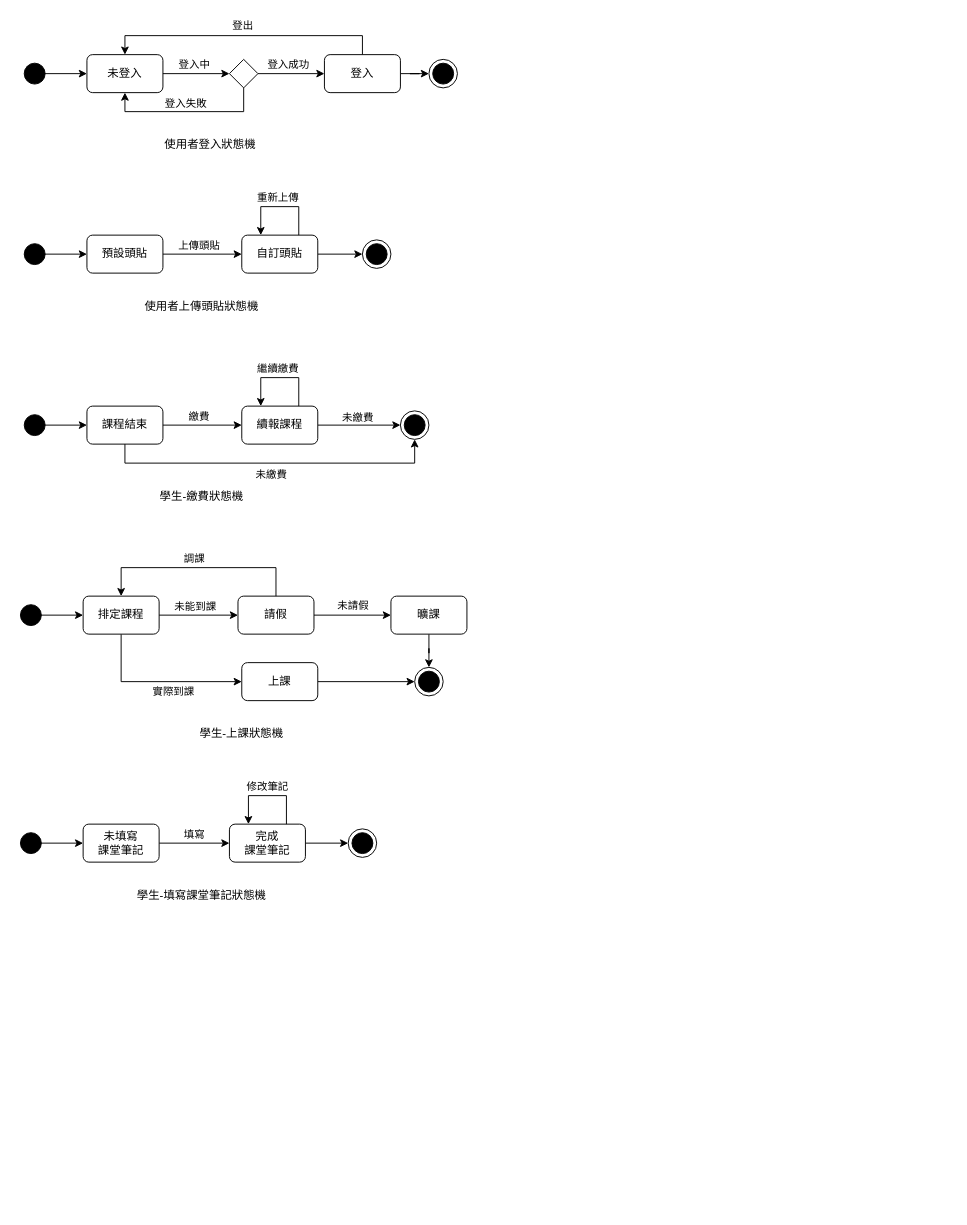
Earlier version of the draw.io diagram page "狀態機" (9 of 9) of 各種圖/圖2.drawio (LinYiChen01/NNCS_Dashboard). Source tidied: cells renumbered, new cells numbered last; positions are measured from the earlier drawing's top-left corner, leaving out a move shared by most shapes. Both pictures are drawn from the tidied source at 95%, with x=0, y=0 at pixel (16, 16).
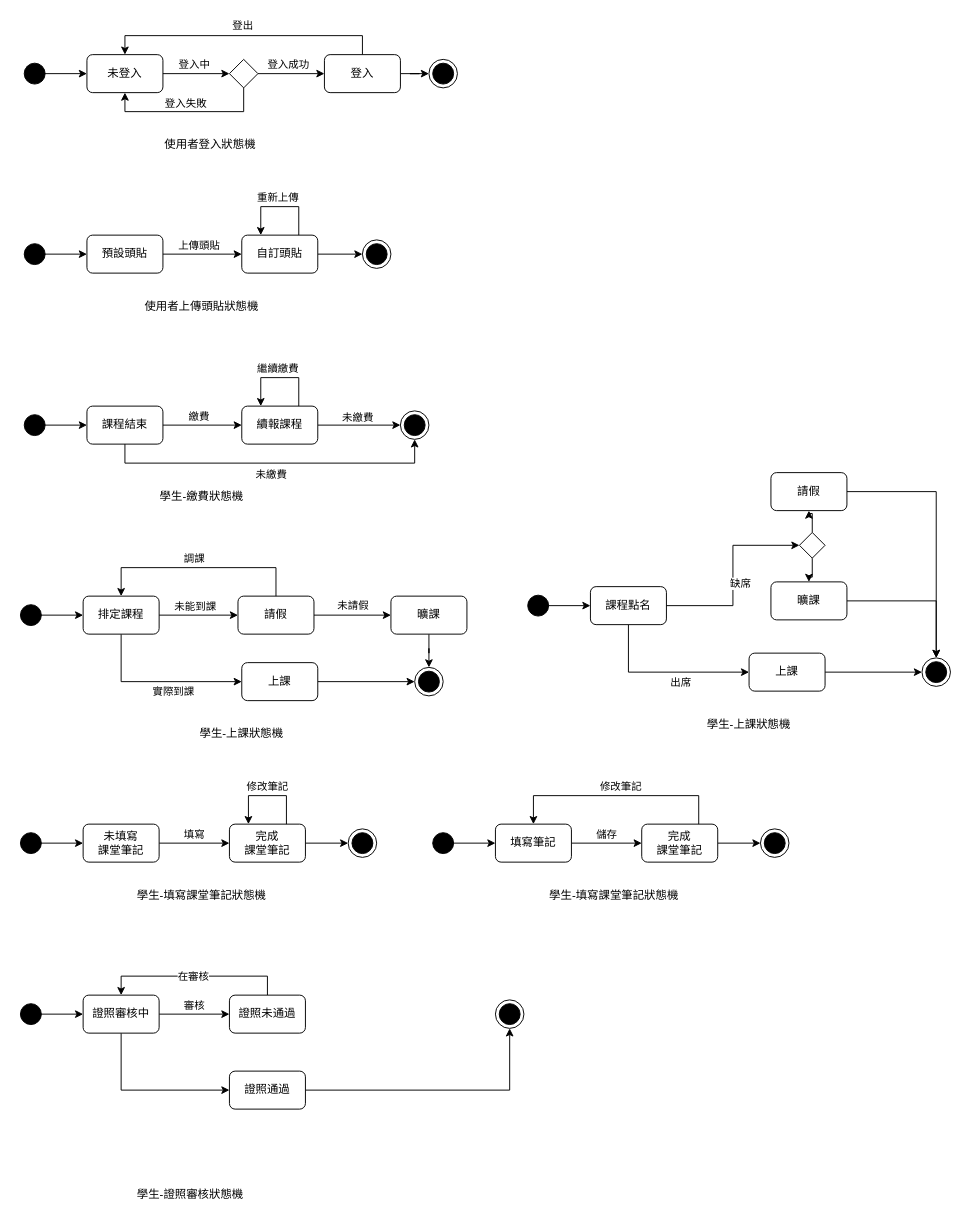
The same diagram, later.

What changed in the source:
```diff
@@
+    <mxCell id="72" style="edgeStyle=orthogonalEdgeStyle;rounded=0;jettySize=auto;html=1;exitX=0.667;exitY=0.5;exitDx=0;exitDy=0;exitPerimeter=0;" parent="1" edge="1" source="73" target="77">
+      <mxGeometry relative="1" as="geometry" />
+    </mxCell>
+    <mxCell id="73" style="ellipse;html=1;shape=startState;fillColor=#000000;strokeColor=#000000;" parent="1" vertex="1">
+      <mxGeometry y="1035" width="30" height="30" as="geometry" />
+    </mxCell>
+    <mxCell id="74" style="edgeStyle=orthogonalEdgeStyle;rounded=0;jettySize=auto;html=1;entryX=0;entryY=0.5;entryDx=0;entryDy=0;" parent="1" edge="1" source="77" target="84">
+      <mxGeometry relative="1" as="geometry" />
+    </mxCell>
+    <mxCell id="75" value="審核" style="edgeLabel;html=1;align=center;verticalAlign=middle;" parent="74" vertex="1">
+      <mxGeometry x="-0.18" y="-2" relative="1" as="geometry">
+        <mxPoint x="6" y="-12" as="offset" />
+      </mxGeometry>
+    </mxCell>
+    <mxCell id="76" style="edgeStyle=orthogonalEdgeStyle;rounded=0;jettySize=auto;html=1;entryX=0;entryY=0.5;entryDx=0;entryDy=0;exitX=0.5;exitY=1;exitDx=0;exitDy=0;" parent="1" edge="1" source="77" target="81">
+      <mxGeometry relative="1" as="geometry" />
+    </mxCell>
+    <mxCell id="77" value="證照審核中" style="rounded=1;whiteSpace=wrap;html=1;" parent="1" vertex="1">
+      <mxGeometry x="70" y="1030" width="80" height="40" as="geometry" />
+    </mxCell>
+    <mxCell id="78" style="ellipse;html=1;shape=endState;fillColor=#000000;strokeColor=#000000;" parent="1" vertex="1">
+      <mxGeometry x="504" y="1035" width="30" height="30" as="geometry" />
+    </mxCell>
+    <mxCell id="79" value="學生-證照審核狀態機" style="text;html=1;align=center;verticalAlign=middle;whiteSpace=wrap;rounded=0;" parent="1" vertex="1">
+      <mxGeometry x="93" y="1225" width="180" height="30" as="geometry" />
+    </mxCell>
+    <mxCell id="80" style="edgeStyle=orthogonalEdgeStyle;rounded=0;jettySize=auto;html=1;" parent="1" edge="1" source="81" target="78">
+      <mxGeometry relative="1" as="geometry" />
+    </mxCell>
+    <mxCell id="81" value="證照通過" style="rounded=1;whiteSpace=wrap;html=1;" parent="1" vertex="1">
+      <mxGeometry x="224" y="1110" width="80" height="40" as="geometry" />
+    </mxCell>
+    <mxCell id="82" style="edgeStyle=orthogonalEdgeStyle;rounded=0;jettySize=auto;html=1;entryX=0.5;entryY=0;entryDx=0;entryDy=0;" parent="1" edge="1" source="84" target="77">
+      <mxGeometry relative="1" as="geometry">
+        <Array as="points">
+          <mxPoint x="264" y="1010" />
+          <mxPoint x="110" y="1010" />
+        </Array>
+      </mxGeometry>
+    </mxCell>
+    <mxCell id="83" value="在審核" style="edgeLabel;html=1;align=center;verticalAlign=middle;" parent="82" vertex="1">
+      <mxGeometry x="0.02" relative="1" as="geometry" />
+    </mxCell>
+    <mxCell id="84" value="證照未通過" style="rounded=1;whiteSpace=wrap;html=1;" parent="1" vertex="1">
+      <mxGeometry x="224" y="1030" width="80" height="40" as="geometry" />
+    </mxCell>
+    <mxCell id="85" style="edgeStyle=orthogonalEdgeStyle;rounded=0;jettySize=auto;html=1;exitX=0.667;exitY=0.5;exitDx=0;exitDy=0;exitPerimeter=0;" parent="1" edge="1" source="86" target="89">
+      <mxGeometry relative="1" as="geometry" />
+    </mxCell>
+    <mxCell id="86" style="ellipse;html=1;shape=startState;fillColor=#000000;strokeColor=#000000;" parent="1" vertex="1">
+      <mxGeometry x="434" y="855" width="30" height="30" as="geometry" />
+    </mxCell>
+    <mxCell id="87" style="edgeStyle=orthogonalEdgeStyle;rounded=0;jettySize=auto;html=1;" parent="1" edge="1" source="89" target="93">
+      <mxGeometry relative="1" as="geometry" />
+    </mxCell>
+    <mxCell id="88" value="儲存" style="edgeLabel;html=1;align=center;verticalAlign=middle;" parent="87" vertex="1">
+      <mxGeometry x="-0.18" y="-2" relative="1" as="geometry">
+        <mxPoint x="6" y="-12" as="offset" />
+      </mxGeometry>
+    </mxCell>
+    <mxCell id="89" value="填寫筆記" style="rounded=1;whiteSpace=wrap;html=1;" parent="1" vertex="1">
+      <mxGeometry x="504" y="850" width="80" height="40" as="geometry" />
+    </mxCell>
+    <mxCell id="90" style="ellipse;html=1;shape=endState;fillColor=#000000;strokeColor=#000000;" parent="1" vertex="1">
+      <mxGeometry x="783" y="855" width="30" height="30" as="geometry" />
+    </mxCell>
+    <mxCell id="91" value="學生-填寫課堂筆記狀態機" style="text;html=1;align=center;verticalAlign=middle;whiteSpace=wrap;rounded=0;" parent="1" vertex="1">
+      <mxGeometry x="539" y="910" width="180" height="30" as="geometry" />
+    </mxCell>
+    <mxCell id="92" style="edgeStyle=orthogonalEdgeStyle;rounded=0;jettySize=auto;html=1;" parent="1" edge="1" source="93" target="90">
+      <mxGeometry relative="1" as="geometry" />
+    </mxCell>
+    <mxCell id="93" value="完成&lt;div&gt;課堂筆記&lt;/div&gt;" style="rounded=1;whiteSpace=wrap;html=1;" parent="1" vertex="1">
+      <mxGeometry x="658" y="850" width="80" height="40" as="geometry" />
+    </mxCell>
+    <mxCell id="94" style="edgeStyle=orthogonalEdgeStyle;rounded=0;jettySize=auto;html=1;exitX=0.75;exitY=0;exitDx=0;exitDy=0;entryX=0.5;entryY=0;entryDx=0;entryDy=0;" parent="1" edge="1" source="93" target="89">
+      <mxGeometry relative="1" as="geometry">
+        <Array as="points">
+          <mxPoint x="718" y="820" />
+          <mxPoint x="544" y="820" />
+        </Array>
+      </mxGeometry>
+    </mxCell>
+    <mxCell id="95" value="修改筆記" style="edgeLabel;html=1;align=center;verticalAlign=middle;" parent="94" vertex="1">
+      <mxGeometry x="-0.08" y="-1" relative="1" as="geometry">
+        <mxPoint x="-5" y="-9" as="offset" />
+      </mxGeometry>
+    </mxCell>
+    <mxCell id="96" style="edgeStyle=orthogonalEdgeStyle;rounded=0;jettySize=auto;html=1;exitX=0.667;exitY=0.5;exitDx=0;exitDy=0;exitPerimeter=0;" parent="1" edge="1" source="97" target="100">
+      <mxGeometry relative="1" as="geometry" />
+    </mxCell>
+    <mxCell id="97" style="ellipse;html=1;shape=startState;fillColor=#000000;strokeColor=#000000;" parent="1" vertex="1">
+      <mxGeometry x="534" y="605" width="30" height="30" as="geometry" />
+    </mxCell>
+    <mxCell id="98" style="edgeStyle=orthogonalEdgeStyle;rounded=0;jettySize=auto;html=1;entryX=0;entryY=0.5;entryDx=0;entryDy=0;" parent="1" edge="1" source="100" target="108">
+      <mxGeometry relative="1" as="geometry">
+        <Array as="points">
+          <mxPoint x="644" y="690" />
+        </Array>
+      </mxGeometry>
+    </mxCell>
+    <mxCell id="99" value="出席" style="edgeLabel;html=1;align=center;verticalAlign=middle;" parent="98" vertex="1">
+      <mxGeometry x="-0.02" y="-2" relative="1" as="geometry">
+        <mxPoint x="17" y="8" as="offset" />
+      </mxGeometry>
+    </mxCell>
+    <mxCell id="100" value="課程點名" style="rounded=1;whiteSpace=wrap;html=1;" parent="1" vertex="1">
+      <mxGeometry x="604" y="600" width="80" height="40" as="geometry" />
+    </mxCell>
+    <mxCell id="101" style="edgeStyle=orthogonalEdgeStyle;rounded=0;jettySize=auto;html=1;entryX=0.5;entryY=0;entryDx=0;entryDy=0;" parent="1" edge="1" source="102" target="105">
+      <mxGeometry relative="1" as="geometry" />
+    </mxCell>
+    <mxCell id="102" value="請假" style="rounded=1;whiteSpace=wrap;html=1;" parent="1" vertex="1">
+      <mxGeometry x="794" y="480" width="80" height="40" as="geometry" />
+    </mxCell>
+    <mxCell id="103" style="edgeStyle=orthogonalEdgeStyle;rounded=0;jettySize=auto;html=1;entryX=0;entryY=0.5;entryDx=0;entryDy=0;" parent="1" edge="1" source="100" target="111">
+      <mxGeometry relative="1" as="geometry" />
+    </mxCell>
+    <mxCell id="104" value="缺席" style="edgeLabel;html=1;align=center;verticalAlign=middle;" parent="103" vertex="1">
+      <mxGeometry x="-0.2" y="-3" relative="1" as="geometry">
+        <mxPoint x="4" y="-13" as="offset" />
+      </mxGeometry>
+    </mxCell>
+    <mxCell id="105" style="ellipse;html=1;shape=endState;fillColor=#000000;strokeColor=#000000;" parent="1" vertex="1">
+      <mxGeometry x="953" y="675" width="30" height="30" as="geometry" />
+    </mxCell>
+    <mxCell id="106" value="學生-上課狀態機" style="text;html=1;align=center;verticalAlign=middle;whiteSpace=wrap;rounded=0;" parent="1" vertex="1">
+      <mxGeometry x="681" y="730" width="180" height="30" as="geometry" />
+    </mxCell>
+    <mxCell id="107" style="edgeStyle=orthogonalEdgeStyle;rounded=0;jettySize=auto;html=1;" parent="1" edge="1" source="108" target="105">
+      <mxGeometry relative="1" as="geometry" />
+    </mxCell>
+    <mxCell id="108" value="上課" style="rounded=1;whiteSpace=wrap;html=1;" parent="1" vertex="1">
+      <mxGeometry x="771" y="670" width="80" height="40" as="geometry" />
+    </mxCell>
+    <mxCell id="109" style="edgeStyle=orthogonalEdgeStyle;rounded=0;jettySize=auto;html=1;" parent="1" edge="1" source="111" target="102">
+      <mxGeometry relative="1" as="geometry" />
+    </mxCell>
+    <mxCell id="110" style="edgeStyle=orthogonalEdgeStyle;rounded=0;jettySize=auto;html=1;entryX=0.5;entryY=0;entryDx=0;entryDy=0;" parent="1" edge="1" source="111" target="113">
+      <mxGeometry relative="1" as="geometry" />
+    </mxCell>
+    <mxCell id="111" style="rhombus;whiteSpace=wrap;html=1;" parent="1" vertex="1">
+      <mxGeometry x="824" y="543" width="27" height="27" as="geometry" />
+    </mxCell>
+    <mxCell id="112" style="edgeStyle=orthogonalEdgeStyle;rounded=0;jettySize=auto;html=1;entryX=0.5;entryY=0;entryDx=0;entryDy=0;" parent="1" edge="1" source="113" target="105">
+      <mxGeometry relative="1" as="geometry" />
+    </mxCell>
+    <mxCell id="113" value="曠課" style="rounded=1;whiteSpace=wrap;html=1;" parent="1" vertex="1">
+      <mxGeometry x="794" y="595" width="80" height="40" as="geometry" />
+    </mxCell>
```
